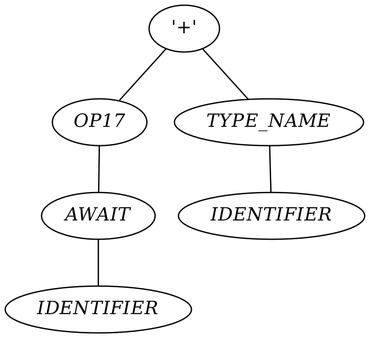
Before: tree.png, a diagram exported from Graphviz (HirohitoSuzuki/Higly). Its source is kept beside it as tree.dot.
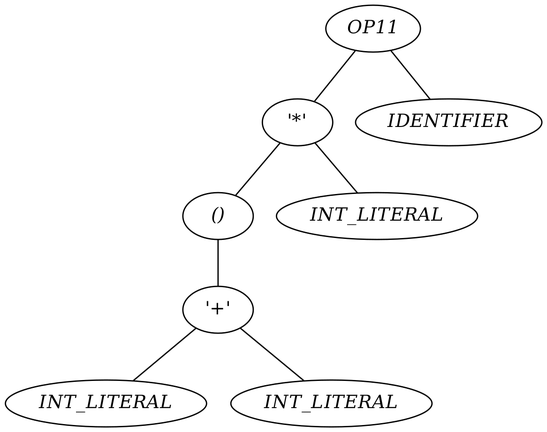
After the change.

What changed in the source:
```diff
@@ -1,19 +1,23 @@
 graph type{
 dpi="200";
 node [fontname="DejaVu Serif Italic"];
-symbol3;
+symbol4;
+symbol8;
+symbol3 -- symbol4, symbol8;
+symbol3[label = "'+'"];
+symbol4[label = "INT_LITERAL"];
+symbol8[label = "INT_LITERAL"];
 symbol2 -- symbol3;
-symbol2[label = "AWAIT"];
-symbol3[label = "IDENTIFIER"];
-symbol1 -- symbol2;
-symbol1[label = "OP17"];
-symbol2[label = "AWAIT"];
-symbol12;
-symbol11 -- symbol12;
-symbol11[label = "TYPE_NAME"];
-symbol12[label = "IDENTIFIER"];
-symbol0 -- symbol1, symbol11;
-symbol0[label = "'+'"];
-symbol1[label = "OP17"];
-symbol11[label = "TYPE_NAME"];
+symbol2[label = "()"];
+symbol3[label = "'+'"];
+symbol15;
+symbol1 -- symbol2, symbol15;
+symbol1[label = "'*'"];
+symbol2[label = "()"];
+symbol15[label = "INT_LITERAL"];
+symbol20;
+symbol0 -- symbol1, symbol20;
+symbol0[label = "OP11"];
+symbol1[label = "'*'"];
+symbol20[label = "IDENTIFIER"];
 }
```
